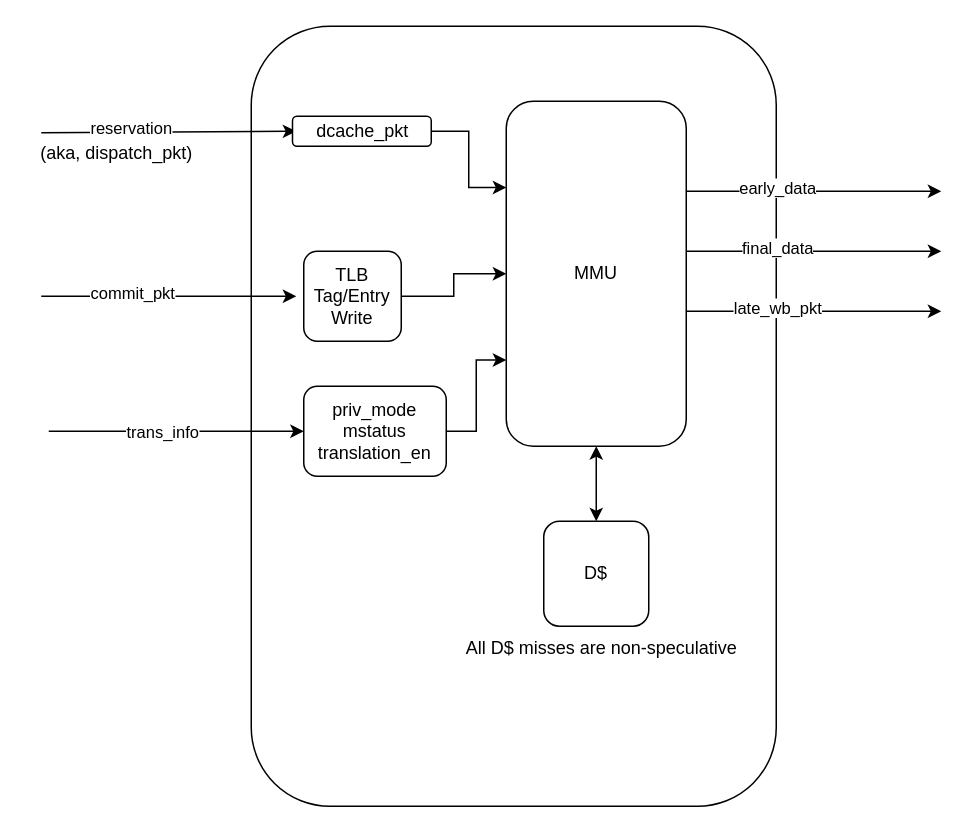
Before: page "Pipes - Mem" (6 of 6) of diagrams/black_parrot.drawio in JefferyLim/ec513_final_project, a draw.io diagram. Source tidied: cells renumbered, new cells numbered last; positions are measured from the earlier drawing's top-left corner, leaving out a move shared by most shapes. Both pictures are drawn from the tidied source at 150%, with x=0, y=0 at pixel (26, 26).
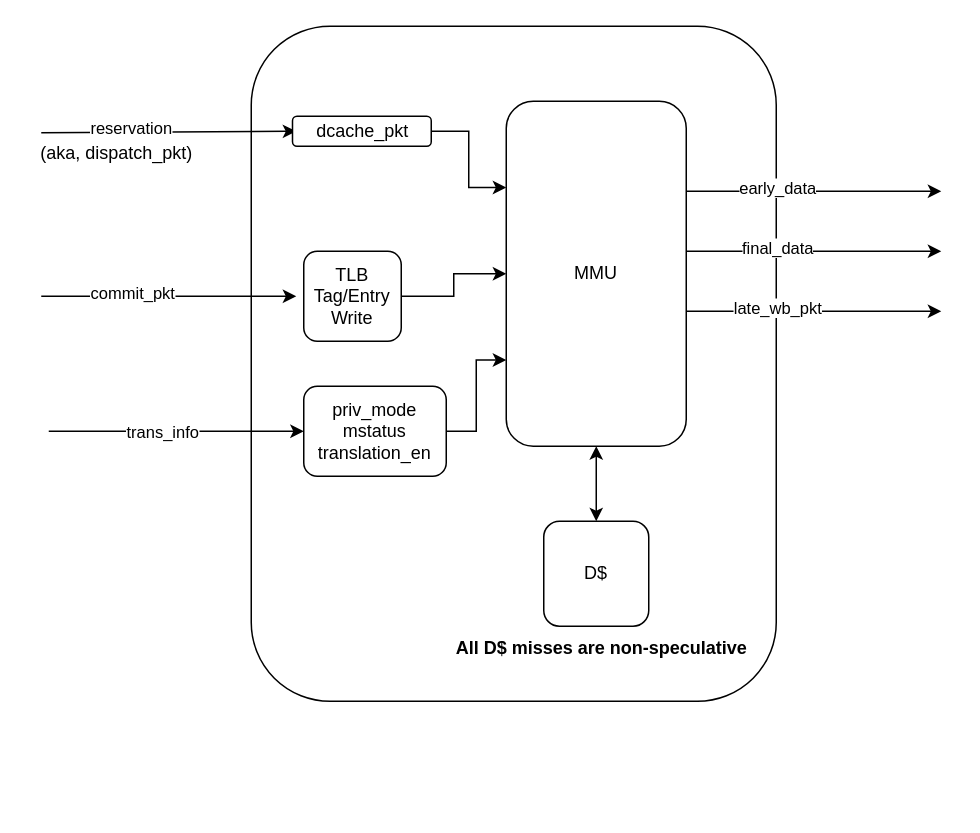
The same diagram, later.

Diff of the diagram source:
```diff
@@
     <mxCell id="2" style="rounded=1;whiteSpace=wrap;html=1;" parent="1" vertex="1">
-      <mxGeometry x="150" width="350" height="520" as="geometry" />
+      <mxGeometry x="150" width="350" height="450" as="geometry" />
     </mxCell>
@@
-    <mxCell id="23" value="All D$ misses are non-speculative&amp;nbsp;" style="text;html=1;align=center;verticalAlign=middle;strokeColor=none;fillColor=none;" parent="1" vertex="1">
+    <mxCell id="23" value="All D$ misses are non-speculative&amp;nbsp;" style="text;html=1;align=center;verticalAlign=middle;strokeColor=none;fillColor=none;fontStyle=1;" parent="1" vertex="1">
       <mxGeometry x="280" y="400" width="210" height="30" as="geometry" />
     </mxCell>
```
